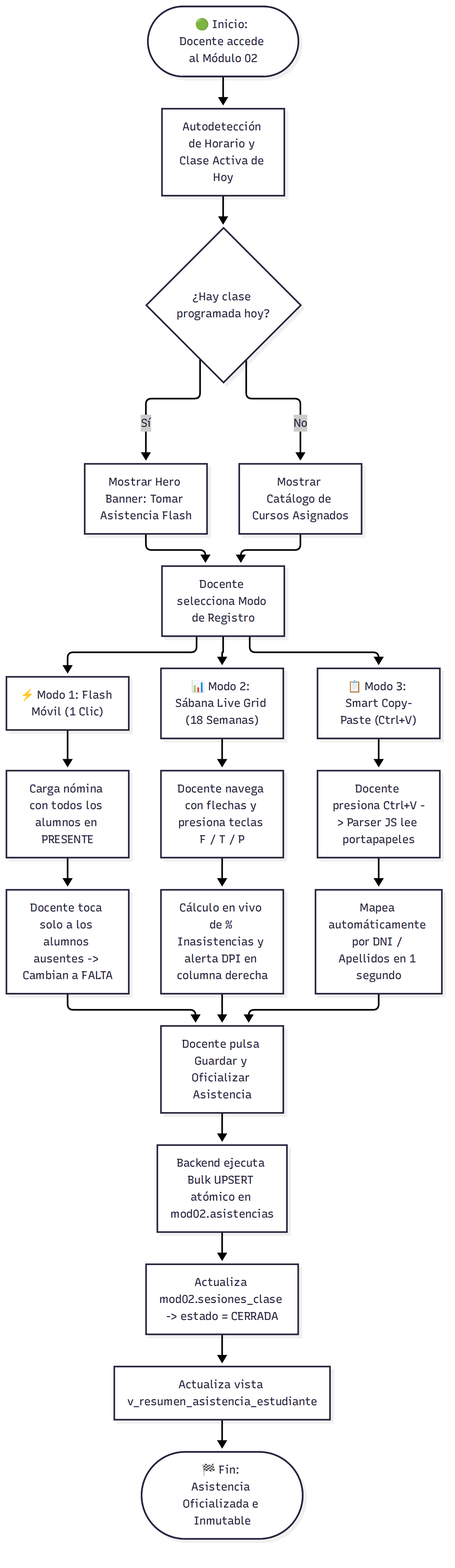
Earlier version of the Mermaid export src/02_Modulos/Intranet.Modulo02/Docs/img/02_diagrama_actividad_toma_asistencia.png (felipeostosb/intranet-institucional-modular). Its source is kept beside it as src/02_Modulos/Intranet.Modulo02/Docs/img/02_diagrama_actividad_toma_asistencia.mmd. The source it was exported from:
```mermaid
flowchart TD
    Inicio([🟢 Inicio: Docente accede al Módulo 02]) --> AutoDetect[Autodetección de Horario y Clase Activa de Hoy]
    AutoDetect --> HayClaseHoy{¿Hay clase programada hoy?}

    HayClaseHoy -- Sí --> MuestraHero[Mostrar Hero Banner: Tomar Asistencia Flash]
    HayClaseHoy -- No --> SelectorClase[Mostrar Catálogo de Cursos Asignados]

    MuestraHero --> SeleccionModo[Docente selecciona Modo de Registro]
    SelectorClase --> SeleccionModo

    SeleccionModo --> ModoFlash["⚡ Modo 1: Flash Móvil (1 Clic)"]
    SeleccionModo --> ModoSabana["📊 Modo 2: Sábana Live Grid (18 Semanas)"]
    SeleccionModo --> ModoCopyPaste["📋 Modo 3: Smart Copy-Paste (Ctrl+V)"]

    ModoFlash --> CargaPresentes[Carga nómina con todos los alumnos en PRESENTE]
    CargaPresentes --> MarcaAusentes[Docente toca solo a los alumnos ausentes -> Cambian a FALTA]

    ModoSabana --> NavegaTeclado[Docente navega con flechas y presiona teclas F / T / P]
    NavegaTeclado --> LiveDpi[Cálculo en vivo de % Inasistencias y alerta DPI en columna derecha]

    ModoCopyPaste --> CapturaClipboard[Docente presiona Ctrl+V -> Parser JS lee portapapeles]
    CapturaClipboard --> ValidaDni[Mapea automáticamente por DNI / Apellidos en 1 segundo]

    MarcaAusentes --> Guardar[Docente pulsa Guardar y Oficializar Asistencia]
    LiveDpi --> Guardar
    ValidaDni --> Guardar

    Guardar --> TxAtomic[Backend ejecuta Bulk UPSERT atómico en mod02.asistencias]
    TxAtomic --> CierraSesion[Actualiza mod02.sesiones_clase -> estado = CERRADA]
    CierraSesion --> NotificaAlumnos[Actualiza vista v_resumen_asistencia_estudiante]
    NotificaAlumnos --> Fin([🏁 Fin: Asistencia Oficializada e Inmutable])
```
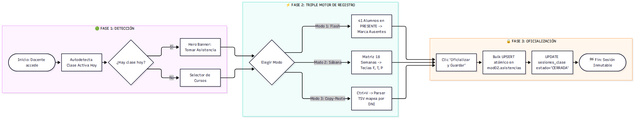
Above is the later version.

Change to the diagram source:
```diff
@@ -1,31 +1,24 @@
-flowchart TD
-    Inicio([🟢 Inicio: Docente accede al Módulo 02]) --> AutoDetect[Autodetección de Horario y Clase Activa de Hoy]
-    AutoDetect --> HayClaseHoy{¿Hay clase programada hoy?}
+flowchart LR
+    subgraph Fase1["🟢 FASE 1: DETECCIÓN"]
+        A([Inicio: Docente accede]) --> B[Autodetecta Clase Activa Hoy]
+        B --> C{¿Hay clase hoy?}
+        C -- Sí --> D[Hero Banner: Tomar Asistencia]
+        C -- No --> E[Selector de Cursos]
+    end
 
-    HayClaseHoy -- Sí --> MuestraHero[Mostrar Hero Banner: Tomar Asistencia Flash]
-    HayClaseHoy -- No --> SelectorClase[Mostrar Catálogo de Cursos Asignados]
+    subgraph Fase2["⚡ FASE 2: TRIPLE MOTOR DE REGISTRO"]
+        D --> F{Elegir Modo}
+        E --> F
+        F -->|Modo 1: Flash| G[41 Alumnos en PRESENTE -> Marca Ausentes]
+        F -->|Modo 2: Sábana| H[Matriz 18 Semanas -> Teclas F, T, P]
+        F -->|Modo 3: Copy-Paste| I[Ctrl+V -> Parser TSV mapea por DNI]
+    end
 
-    MuestraHero --> SeleccionModo[Docente selecciona Modo de Registro]
-    SelectorClase --> SeleccionModo
-
-    SeleccionModo --> ModoFlash["⚡ Modo 1: Flash Móvil (1 Clic)"]
-    SeleccionModo --> ModoSabana["📊 Modo 2: Sábana Live Grid (18 Semanas)"]
-    SeleccionModo --> ModoCopyPaste["📋 Modo 3: Smart Copy-Paste (Ctrl+V)"]
-
-    ModoFlash --> CargaPresentes[Carga nómina con todos los alumnos en PRESENTE]
-    CargaPresentes --> MarcaAusentes[Docente toca solo a los alumnos ausentes -> Cambian a FALTA]
-
-    ModoSabana --> NavegaTeclado[Docente navega con flechas y presiona teclas F / T / P]
-    NavegaTeclado --> LiveDpi[Cálculo en vivo de % Inasistencias y alerta DPI en columna derecha]
-
-    ModoCopyPaste --> CapturaClipboard[Docente presiona Ctrl+V -> Parser JS lee portapapeles]
-    CapturaClipboard --> ValidaDni[Mapea automáticamente por DNI / Apellidos en 1 segundo]
-
-    MarcaAusentes --> Guardar[Docente pulsa Guardar y Oficializar Asistencia]
-    LiveDpi --> Guardar
-    ValidaDni --> Guardar
-
-    Guardar --> TxAtomic[Backend ejecuta Bulk UPSERT atómico en mod02.asistencias]
-    TxAtomic --> CierraSesion[Actualiza mod02.sesiones_clase -> estado = CERRADA]
-    CierraSesion --> NotificaAlumnos[Actualiza vista v_resumen_asistencia_estudiante]
-    NotificaAlumnos --> Fin([🏁 Fin: Asistencia Oficializada e Inmutable])
+    subgraph Fase3["🔒 FASE 3: OFICIALIZACIÓN"]
+        G --> J[Clic 'Oficializar y Guardar']
+        H --> J
+        I --> J
+        J --> K[Bulk UPSERT atómico en mod02.asistencias]
+        K --> L[UPDATE sesiones_clase estado='CERRADA']
+        L --> M([🏁 Fin: Sesión Inmutable])
+    end
```
